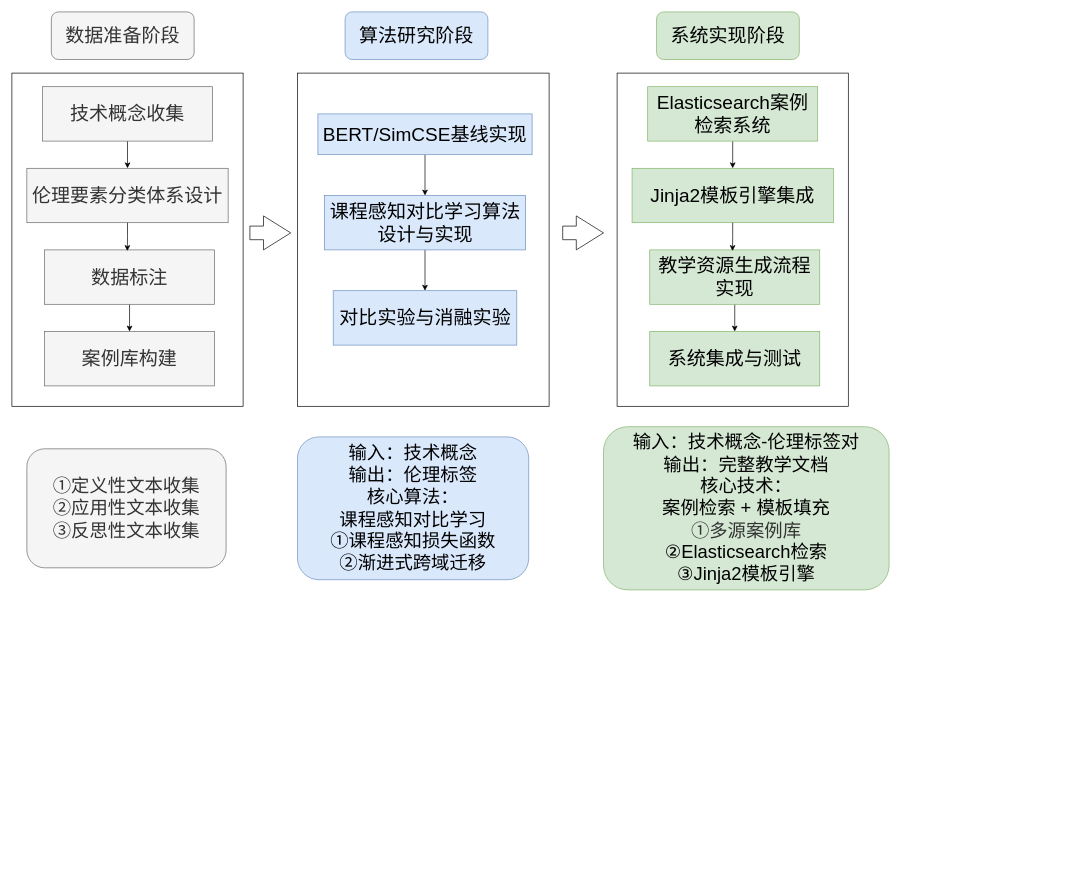
This is 技术路线图（大论文）.drawio from handsome-tony/picture, a draw.io file, before an edit. Source tidied: cells renumbered, new cells numbered last; positions are measured from the earlier drawing's top-left corner, leaving out a move shared by most shapes. Both pictures are drawn from the tidied source at 68%, with x=0, y=0 at pixel (12, 12).
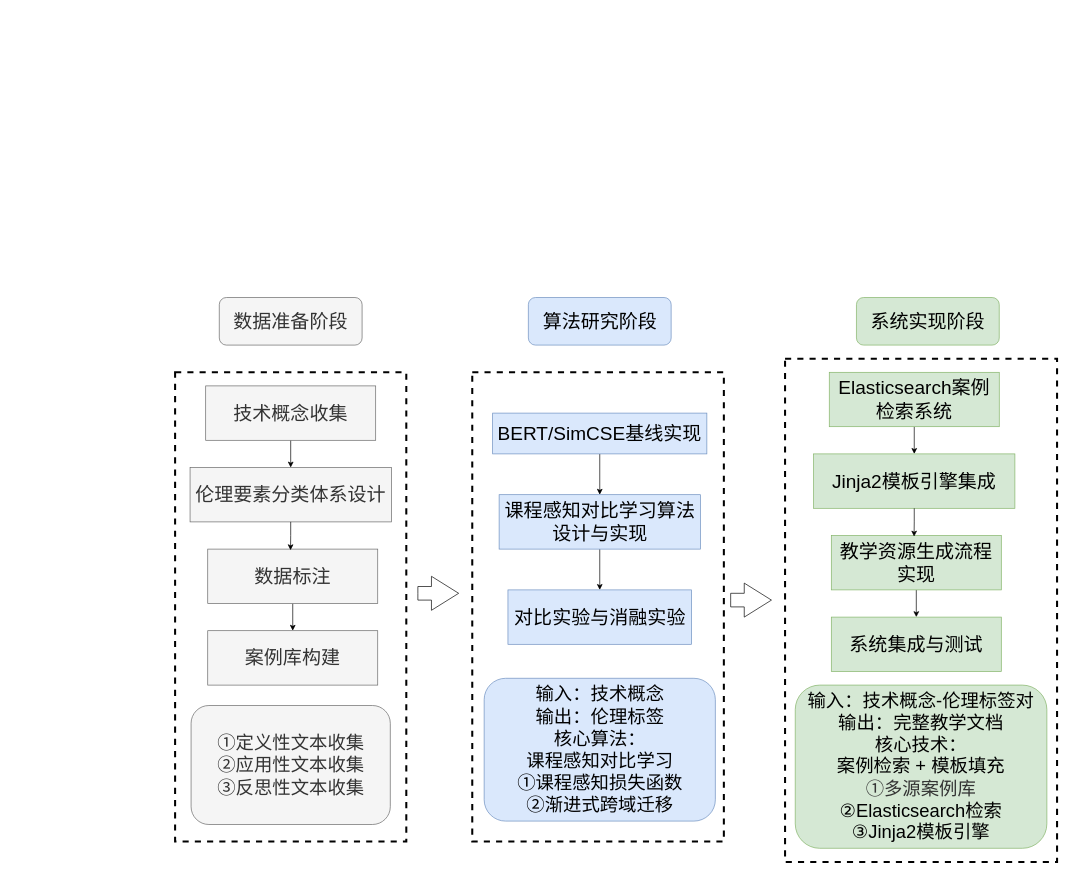
The same diagram, later.

Commit message (it also covers changes not shown here):
更新技术路线图（大论文）.drawio

Diff of the diagram source:
```diff
@@
-    <mxCell id="2" style="rounded=0;whiteSpace=wrap;html=1;fillStyle=hatch;" parent="1" vertex="1">
-      <mxGeometry y="90" width="340" height="490" as="geometry" />
-    </mxCell>
+    <mxCell id="32" style="rounded=0;whiteSpace=wrap;html=1;fillStyle=hatch;dashed=1;strokeWidth=3;" parent="1" vertex="1">
+      <mxGeometry x="240" y="530" width="340" height="690" as="geometry" />
+    </mxCell>
@@
     <mxCell id="4" value="&lt;font style=&quot;font-size: 28px;&quot;&gt;技术概念收集&lt;/font&gt;" style="rounded=0;whiteSpace=wrap;html=1;fillColor=#f5f5f5;fontColor=#333333;strokeColor=#666666;" parent="1" vertex="1">
-      <mxGeometry x="45" y="110" width="250" height="80" as="geometry" />
+      <mxGeometry x="285" y="550" width="250" height="80" as="geometry" />
     </mxCell>
     <mxCell id="5" value="&lt;font style=&quot;font-size: 28px;&quot;&gt;伦理要素分类体系设计&lt;/font&gt;" style="rounded=0;whiteSpace=wrap;html=1;fillColor=#f5f5f5;fontColor=#333333;strokeColor=#666666;" parent="1" vertex="1">
-      <mxGeometry x="22" y="230" width="296" height="80" as="geometry" />
+      <mxGeometry x="262" y="670" width="296" height="80" as="geometry" />
     </mxCell>
@@
     <mxCell id="7" value="&lt;span style=&quot;font-size: 28px;&quot;&gt;数据标注&lt;/span&gt;" style="rounded=0;whiteSpace=wrap;html=1;fillColor=#f5f5f5;fontColor=#333333;strokeColor=#666666;" parent="1" vertex="1">
-      <mxGeometry x="48" y="350" width="250" height="80" as="geometry" />
+      <mxGeometry x="288" y="790" width="250" height="80" as="geometry" />
     </mxCell>
     <mxCell id="8" value="&lt;font style=&quot;font-size: 28px;&quot;&gt;案例库构建&lt;/font&gt;" style="rounded=0;whiteSpace=wrap;html=1;fillColor=#f5f5f5;fontColor=#333333;strokeColor=#666666;" parent="1" vertex="1">
-      <mxGeometry x="48" y="470" width="250" height="80" as="geometry" />
+      <mxGeometry x="288" y="910" width="250" height="80" as="geometry" />
     </mxCell>
@@
     <mxCell id="10" value="&lt;font style=&quot;font-size: 28px;&quot;&gt;数据准备阶段&lt;/font&gt;" style="rounded=1;whiteSpace=wrap;html=1;fillColor=#f5f5f5;fontColor=#333333;strokeColor=#666666;" parent="1" vertex="1">
-      <mxGeometry x="58" width="210" height="70" as="geometry" />
+      <mxGeometry x="305" y="420" width="210" height="70" as="geometry" />
     </mxCell>
-    <mxCell id="11" style="rounded=0;whiteSpace=wrap;html=1;fillStyle=hatch;" parent="1" vertex="1">
-      <mxGeometry x="420" y="90" width="370" height="490" as="geometry" />
-    </mxCell>
+    <mxCell id="33" style="rounded=0;whiteSpace=wrap;html=1;fillStyle=hatch;dashed=1;strokeWidth=3;" parent="1" vertex="1">
+      <mxGeometry x="677" y="530" width="370" height="690" as="geometry" />
+    </mxCell>
@@
     <mxCell id="13" value="&lt;font style=&quot;font-size: 28px;&quot;&gt;BERT/SimCSE基线实现&lt;/font&gt;" style="rounded=0;whiteSpace=wrap;html=1;fillColor=#dae8fc;strokeColor=#6c8ebf;" parent="1" vertex="1">
-      <mxGeometry x="450" y="150" width="315" height="60" as="geometry" />
+      <mxGeometry x="707" y="590" width="315" height="60" as="geometry" />
     </mxCell>
@@
     <mxCell id="15" value="&lt;font style=&quot;font-size: 28px;&quot;&gt;课程感知对比学习算法设计与实现&lt;/font&gt;" style="rounded=0;whiteSpace=wrap;html=1;fillColor=#dae8fc;strokeColor=#6c8ebf;" parent="1" vertex="1">
-      <mxGeometry x="459.5" y="270" width="296" height="80" as="geometry" />
+      <mxGeometry x="716.5" y="710" width="296" height="80" as="geometry" />
     </mxCell>
     <mxCell id="16" value="&lt;font style=&quot;font-size: 28px;&quot;&gt;对比实验与消融实验&lt;/font&gt;" style="rounded=0;whiteSpace=wrap;html=1;fillColor=#dae8fc;strokeColor=#6c8ebf;" parent="1" vertex="1">
-      <mxGeometry x="472.5" y="410" width="270" height="80" as="geometry" />
+      <mxGeometry x="729.5" y="850" width="270" height="80" as="geometry" />
     </mxCell>
     <mxCell id="17" value="&lt;font style=&quot;font-size: 28px;&quot;&gt;算法研究阶段&lt;/font&gt;" style="rounded=1;whiteSpace=wrap;html=1;fillColor=#dae8fc;strokeColor=#6c8ebf;" parent="1" vertex="1">
-      <mxGeometry x="490" width="210" height="70" as="geometry" />
+      <mxGeometry x="759.5" y="420" width="210" height="70" as="geometry" />
     </mxCell>
-    <mxCell id="18" style="rounded=0;whiteSpace=wrap;html=1;fillStyle=hatch;" parent="1" vertex="1">
-      <mxGeometry x="890" y="90" width="340" height="490" as="geometry" />
-    </mxCell>
+    <mxCell id="34" style="rounded=0;whiteSpace=wrap;html=1;fillStyle=hatch;dashed=1;strokeWidth=3;" parent="1" vertex="1">
+      <mxGeometry x="1137" y="510" width="400" height="740" as="geometry" />
+    </mxCell>
@@
     <mxCell id="20" value="&lt;font style=&quot;font-size: 28px;&quot;&gt;Elasticsearch案例检索系统&lt;/font&gt;" style="rounded=0;whiteSpace=wrap;html=1;fillColor=#d5e8d4;strokeColor=#82b366;" parent="1" vertex="1">
-      <mxGeometry x="935" y="110" width="250" height="80" as="geometry" />
+      <mxGeometry x="1202" y="530" width="250" height="80" as="geometry" />
     </mxCell>
     <mxCell id="21" value="&lt;font style=&quot;font-size: 28px;&quot;&gt;Jinja2模板引擎集成&lt;/font&gt;" style="rounded=0;whiteSpace=wrap;html=1;fillColor=#d5e8d4;strokeColor=#82b366;" parent="1" vertex="1">
-      <mxGeometry x="912" y="230" width="296" height="80" as="geometry" />
+      <mxGeometry x="1179" y="650" width="296" height="80" as="geometry" />
     </mxCell>
@@
     <mxCell id="23" value="&lt;span style=&quot;font-size: 28px;&quot;&gt;教学资源生成流程实现&lt;/span&gt;" style="rounded=0;whiteSpace=wrap;html=1;fillColor=#d5e8d4;strokeColor=#82b366;" parent="1" vertex="1">
-      <mxGeometry x="938" y="350" width="250" height="80" as="geometry" />
+      <mxGeometry x="1205" y="770" width="250" height="80" as="geometry" />
     </mxCell>
     <mxCell id="24" value="&lt;font style=&quot;font-size: 28px;&quot;&gt;系统集成与测试&lt;/font&gt;" style="rounded=0;whiteSpace=wrap;html=1;fillColor=#d5e8d4;strokeColor=#82b366;" parent="1" vertex="1">
-      <mxGeometry x="938" y="470" width="250" height="80" as="geometry" />
+      <mxGeometry x="1205" y="890" width="250" height="80" as="geometry" />
     </mxCell>
@@
     <mxCell id="26" value="&lt;font style=&quot;font-size: 28px;&quot;&gt;系统实现阶段&lt;/font&gt;" style="rounded=1;whiteSpace=wrap;html=1;fillColor=#d5e8d4;strokeColor=#82b366;" parent="1" vertex="1">
-      <mxGeometry x="948" width="210" height="70" as="geometry" />
+      <mxGeometry x="1242" y="420" width="210" height="70" as="geometry" />
     </mxCell>
-    <mxCell id="27" style="html=1;shadow=0;dashed=0;align=center;verticalAlign=middle;shape=mxgraph.arrows2.arrow;dy=0.6;dx=40;notch=0;" parent="1" vertex="1">
-      <mxGeometry x="350" y="300" width="60" height="50" as="geometry" />
-    </mxCell>
-    <mxCell id="28" style="html=1;shadow=0;dashed=0;align=center;verticalAlign=middle;shape=mxgraph.arrows2.arrow;dy=0.6;dx=40;notch=0;" parent="1" vertex="1">
-      <mxGeometry x="810" y="300" width="60" height="50" as="geometry" />
-    </mxCell>
+    <mxCell id="35" style="html=1;shadow=0;dashed=0;align=center;verticalAlign=middle;shape=mxgraph.arrows2.arrow;dy=0.6;dx=40;notch=0;" parent="1" vertex="1">
+      <mxGeometry x="597" y="830" width="60" height="50" as="geometry" />
+    </mxCell>
+    <mxCell id="36" style="html=1;shadow=0;dashed=0;align=center;verticalAlign=middle;shape=mxgraph.arrows2.arrow;dy=0.6;dx=40;notch=0;" parent="1" vertex="1">
+      <mxGeometry x="1057" y="840" width="60" height="50" as="geometry" />
+    </mxCell>
     <mxCell id="29" value="&lt;font style=&quot;font-size: 27px;&quot;&gt;①定义性文本收集&lt;/font&gt;&lt;div&gt;&lt;span style=&quot;font-size: 27px;&quot;&gt;②应用性文本收集&lt;/span&gt;&lt;/div&gt;&lt;div&gt;&lt;span style=&quot;font-size: 27px;&quot;&gt;③反思性文本收集&lt;/span&gt;&lt;/div&gt;" style="rounded=1;whiteSpace=wrap;html=1;fillColor=#f5f5f5;fontColor=#333333;strokeColor=#666666;" parent="1" vertex="1">
-      <mxGeometry x="22" y="642.5" width="293" height="175" as="geometry" />
+      <mxGeometry x="263.5" y="1020" width="293" height="175" as="geometry" />
     </mxCell>
     <mxCell id="30" value="&lt;span style=&quot;font-size: 27px;&quot;&gt;输入：技术概念&lt;/span&gt;&lt;div&gt;&lt;span style=&quot;font-size: 27px;&quot;&gt;输出：伦理标签&lt;/span&gt;&lt;/div&gt;&lt;div&gt;&lt;span style=&quot;font-size: 27px;&quot;&gt;核心算法：&lt;/span&gt;&lt;/div&gt;&lt;div&gt;&lt;span style=&quot;font-size: 27px;&quot;&gt;课程感知对比学习&lt;/span&gt;&lt;/div&gt;&lt;div&gt;&lt;span style=&quot;font-size: 27px;&quot;&gt;①课程感知损失函数&lt;/span&gt;&lt;/div&gt;&lt;div&gt;&lt;span style=&quot;font-size: 27px;&quot;&gt;②渐进式跨域迁移&lt;/span&gt;&lt;/div&gt;" style="rounded=1;whiteSpace=wrap;html=1;fillColor=#dae8fc;strokeColor=#6c8ebf;" parent="1" vertex="1">
-      <mxGeometry x="420" y="625" width="340" height="210" as="geometry" />
+      <mxGeometry x="694.5" y="980" width="340" height="210" as="geometry" />
     </mxCell>
     <mxCell id="31" value="&lt;span style=&quot;font-size: 27px;&quot;&gt;输入：技术概念-伦理标签对&lt;/span&gt;&lt;div&gt;&lt;span style=&quot;font-size: 27px;&quot;&gt;输出：完整教学文档&lt;/span&gt;&lt;/div&gt;&lt;div&gt;&lt;span style=&quot;font-size: 27px;&quot;&gt;核心技术：&lt;/span&gt;&lt;/div&gt;&lt;div&gt;&lt;span style=&quot;font-size: 27px;&quot;&gt;案例检索 + 模板填充&lt;/span&gt;&lt;/div&gt;&lt;div&gt;&lt;span style=&quot;font-size: 27px; background-color: transparent; color: light-dark(rgb(51, 51, 51), rgb(193, 193, 193));&quot;&gt;①多源案例库&lt;/span&gt;&lt;/div&gt;&lt;div&gt;&lt;span style=&quot;font-size: 27px;&quot;&gt;②Elasticsearch检索&lt;/span&gt;&lt;/div&gt;&lt;div&gt;&lt;span style=&quot;font-size: 27px;&quot;&gt;③Jinja2模板引擎&lt;/span&gt;&lt;/div&gt;" style="rounded=1;whiteSpace=wrap;html=1;fillColor=#d5e8d4;strokeColor=#82b366;" parent="1" vertex="1">
-      <mxGeometry x="870" y="610" width="420" height="240" as="geometry" />
+      <mxGeometry x="1152" y="990" width="370" height="240" as="geometry" />
     </mxCell>
```
